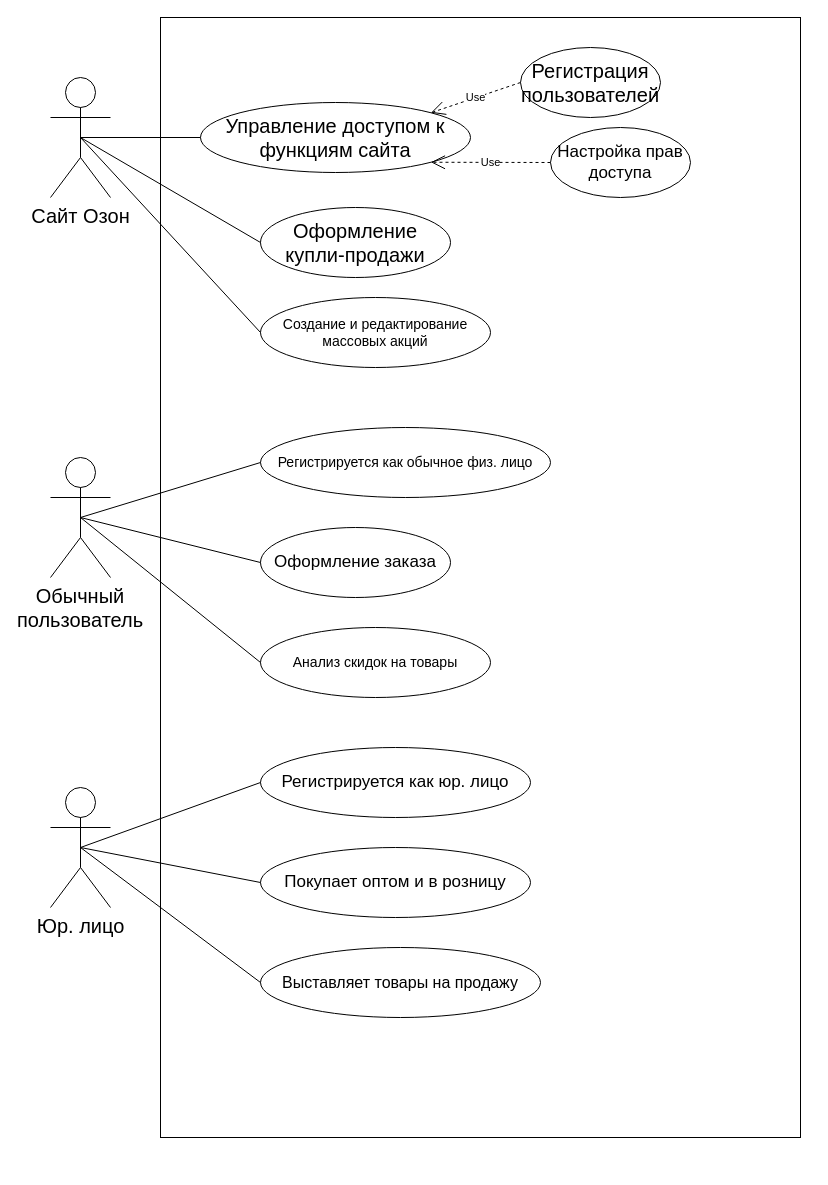
Earlier version of the draw.io diagram Преценденты.drawio (Daria-Zharinova/Analitika). Source tidied: cells renumbered, new cells numbered last; positions are measured from the earlier drawing's top-left corner, leaving out a move shared by most shapes. Both pictures are drawn from the tidied source at 100%, with x=0, y=0 at pixel (50, 17).
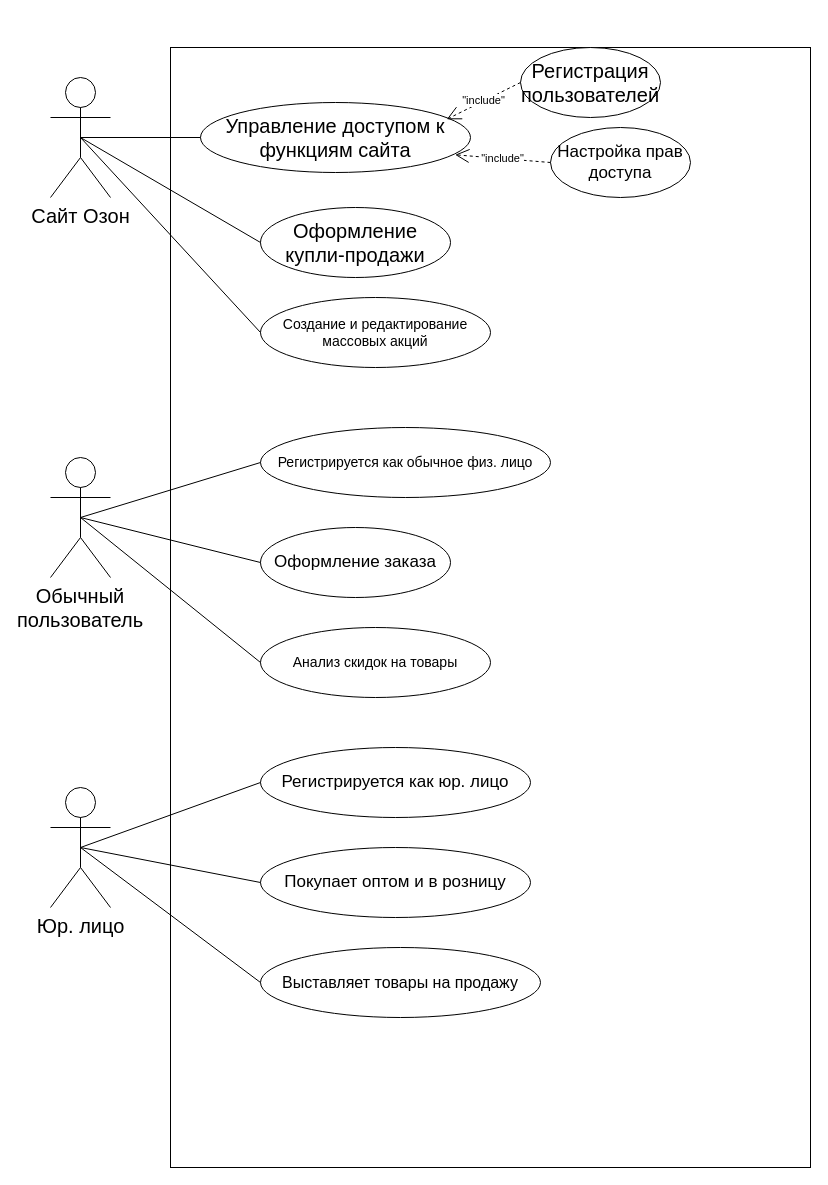
The same diagram, later.

The change refers to these unchanged cells:
```xml
<mxCell id="6" value="&lt;font style=&quot;font-size: 20px;&quot;&gt;Управление доступом к функциям сайта&lt;/font&gt;" style="ellipse;whiteSpace=wrap;html=1;fontSize=20;" parent="1" vertex="1">
  <mxGeometry x="150" y="85" width="270" height="70" as="geometry" />
</mxCell>
<mxCell id="8" value="Регистрация пользователей" style="ellipse;whiteSpace=wrap;html=1;fontSize=20;" parent="1" vertex="1">
  <mxGeometry x="470" y="30" width="140" height="70" as="geometry" />
</mxCell>
<mxCell id="9" value="Настройка прав доступа" style="ellipse;whiteSpace=wrap;html=1;fontSize=17;" parent="1" vertex="1">
  <mxGeometry x="500" y="110" width="140" height="70" as="geometry" />
</mxCell>
```

Change to the diagram source:
```diff
@@
     <mxCell id="2" style="html=1;whiteSpace=wrap;" parent="1" vertex="1">
-      <mxGeometry x="110" width="640" height="1120" as="geometry" />
+      <mxGeometry x="120" y="30" width="640" height="1120" as="geometry" />
     </mxCell>
@@
-    <mxCell id="10" value="Use" style="endArrow=open;endSize=12;dashed=1;html=1;rounded=0;entryX=1;entryY=1;entryDx=0;entryDy=0;exitX=0;exitY=0.5;exitDx=0;exitDy=0;" parent="1" edge="1" source="9" target="6">
+    <mxCell id="10" value="&quot;include&quot;" style="endArrow=open;endSize=12;dashed=1;html=1;rounded=0;entryX=0.943;entryY=0.747;entryDx=0;entryDy=0;exitX=0;exitY=0.5;exitDx=0;exitDy=0;entryPerimeter=0;" parent="1" edge="1" source="9" target="6">
       <mxGeometry relative="1" as="geometry" />
     </mxCell>
-    <mxCell id="11" value="Use" style="endArrow=open;endSize=12;dashed=1;html=1;rounded=0;entryX=1;entryY=0;entryDx=0;entryDy=0;exitX=0;exitY=0.5;exitDx=0;exitDy=0;" parent="1" edge="1" source="8" target="6">
+    <mxCell id="11" value="&quot;include&quot;" style="endArrow=open;endSize=12;dashed=1;html=1;rounded=0;entryX=0.912;entryY=0.24;entryDx=0;entryDy=0;exitX=0;exitY=0.5;exitDx=0;exitDy=0;entryPerimeter=0;" parent="1" edge="1" source="8" target="6">
       <mxGeometry relative="1" as="geometry" />
     </mxCell>
```
